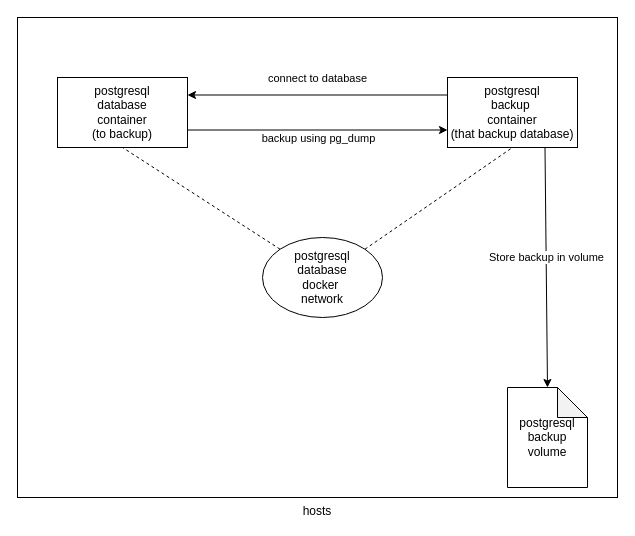
tiny-company/srv-postgresql_backup keeps this draw.io diagram as imgs/psql_bckup_description.drawio. Above is the earlier version. Source tidied: cells renumbered, new cells numbered last; positions are measured from the earlier drawing's top-left corner, leaving out a move shared by most shapes. Both pictures are drawn from the tidied source at 100%, with x=0, y=0 at pixel (17, 17).
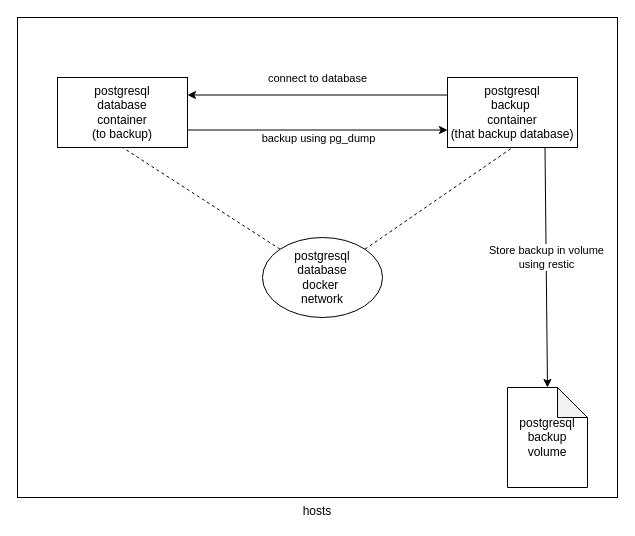
The same page after the edit.

Commit message (it also covers changes not shown here):
adding debug logs for RESTIC_SNAPSHOT_ID

Diff of the diagram source:
```diff
@@
 <mxGraphModel>
   <root>
     <mxCell id="0" />
     <mxCell id="1" parent="0" />
     <mxCell id="2" value="hosts" style="rounded=0;whiteSpace=wrap;html=1;labelPosition=center;verticalLabelPosition=bottom;align=center;verticalAlign=top;" parent="1" vertex="1">
       <mxGeometry width="600" height="480" as="geometry" />
     </mxCell>
     <mxCell id="3" value="postgresql&lt;br&gt;database&lt;br&gt;container&lt;br&gt;(to backup)" style="rounded=0;whiteSpace=wrap;html=1;" parent="1" vertex="1">
       <mxGeometry x="40" y="60" width="130" height="70" as="geometry" />
     </mxCell>
     <mxCell id="4" style="edgeStyle=none;html=1;exitX=0.75;exitY=1;exitDx=0;exitDy=0;entryX=0.5;entryY=0;entryDx=0;entryDy=0;entryPerimeter=0;" parent="1" edge="1" source="6" target="14">
       <mxGeometry relative="1" as="geometry" />
     </mxCell>
-    <mxCell id="5" value="Store backup in volume" style="edgeLabel;html=1;align=center;verticalAlign=middle;" parent="4" vertex="1">
+    <mxCell id="5" value="Store backup in volume&lt;br&gt;using restic" style="edgeLabel;html=1;align=center;verticalAlign=middle;" parent="4" vertex="1">
       <mxGeometry x="-0.26" relative="1" as="geometry">
         <mxPoint y="21" as="offset" />
       </mxGeometry>
     </mxCell>
     <mxCell id="6" value="postgresql&lt;br&gt;backup&amp;nbsp;&lt;br&gt;container&lt;br&gt;(that backup database)" style="rounded=0;whiteSpace=wrap;html=1;" parent="1" vertex="1">
       <mxGeometry x="430" y="60" width="130" height="70" as="geometry" />
     </mxCell>
     <mxCell id="7" style="endArrow=none;dashed=1;html=1;entryX=0.5;entryY=1;entryDx=0;entryDy=0;exitX=0;exitY=0;exitDx=0;exitDy=0;" parent="1" edge="1" source="8" target="3">
       <mxGeometry relative="1" as="geometry" />
     </mxCell>
     <mxCell id="8" value="postgresql&lt;br&gt;database&lt;br&gt;docker&amp;nbsp;&lt;br&gt;network" style="ellipse;whiteSpace=wrap;html=1;" parent="1" vertex="1">
       <mxGeometry x="245" y="220" width="120" height="80" as="geometry" />
     </mxCell>
     <mxCell id="9" style="endArrow=none;dashed=1;html=1;entryX=0.5;entryY=1;entryDx=0;entryDy=0;exitX=1;exitY=0;exitDx=0;exitDy=0;" parent="1" edge="1" source="8" target="6">
       <mxGeometry relative="1" as="geometry" />
     </mxCell>
     <mxCell id="10" style="endArrow=classic;html=1;entryX=1;entryY=0.25;entryDx=0;entryDy=0;exitX=0;exitY=0.25;exitDx=0;exitDy=0;" parent="1" edge="1" source="6" target="3">
       <mxGeometry relative="1" as="geometry" />
     </mxCell>
     <mxCell id="11" value="connect to database" style="edgeLabel;html=1;align=center;verticalAlign=middle;" parent="10" vertex="1">
       <mxGeometry x="-0.21" y="-1" relative="1" as="geometry">
         <mxPoint x="-28" y="-16" as="offset" />
       </mxGeometry>
     </mxCell>
     <mxCell id="12" style="endArrow=classic;html=1;entryX=0;entryY=0.75;entryDx=0;entryDy=0;exitX=1;exitY=0.75;exitDx=0;exitDy=0;" parent="1" edge="1" source="3" target="6">
       <mxGeometry relative="1" as="geometry" />
     </mxCell>
     <mxCell id="13" value="backup using pg_dump" style="edgeLabel;html=1;align=center;verticalAlign=middle;" parent="12" vertex="1">
       <mxGeometry x="0.14" y="2" relative="1" as="geometry">
         <mxPoint x="-18" y="10" as="offset" />
       </mxGeometry>
     </mxCell>
     <mxCell id="14" value="postgresql&lt;br&gt;backup volume" style="shape=note;whiteSpace=wrap;html=1;backgroundOutline=1;darkOpacity=0.05;" parent="1" vertex="1">
       <mxGeometry x="490" y="370" width="80" height="100" as="geometry" />
     </mxCell>
   </root>
 </mxGraphModel>
```
